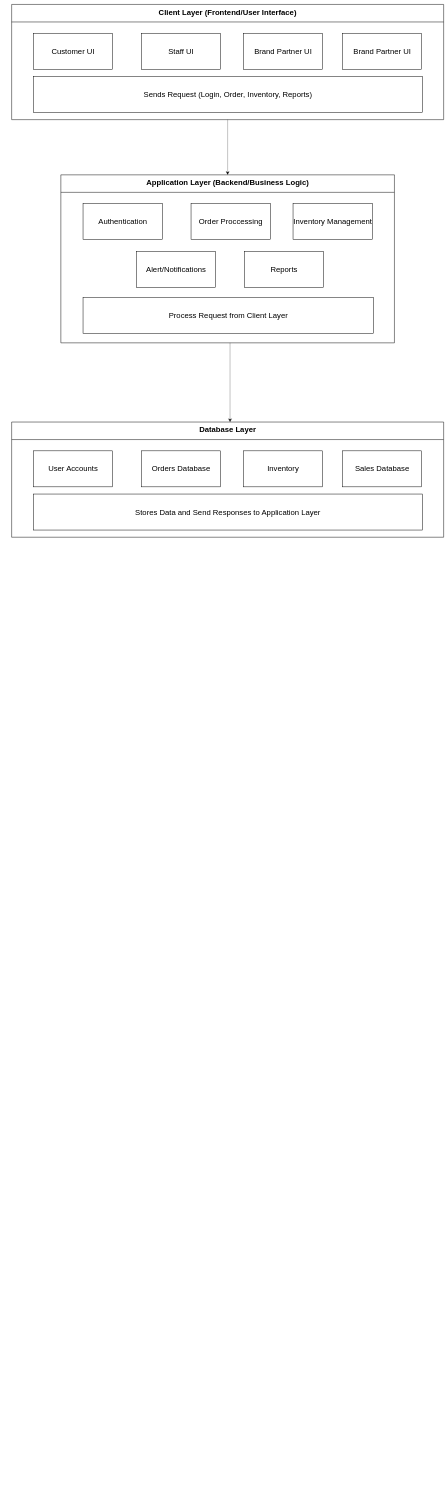
Before: DataModels/highleveldiagram.drawio in ArinGitPort/OnlineShopWebsite, a draw.io diagram. Source tidied: cells renumbered, new cells numbered last; positions are measured from the earlier drawing's top-left corner, leaving out a move shared by most shapes. Both pictures are drawn from the tidied source at 24%, with x=0, y=0 at pixel (12, 4).
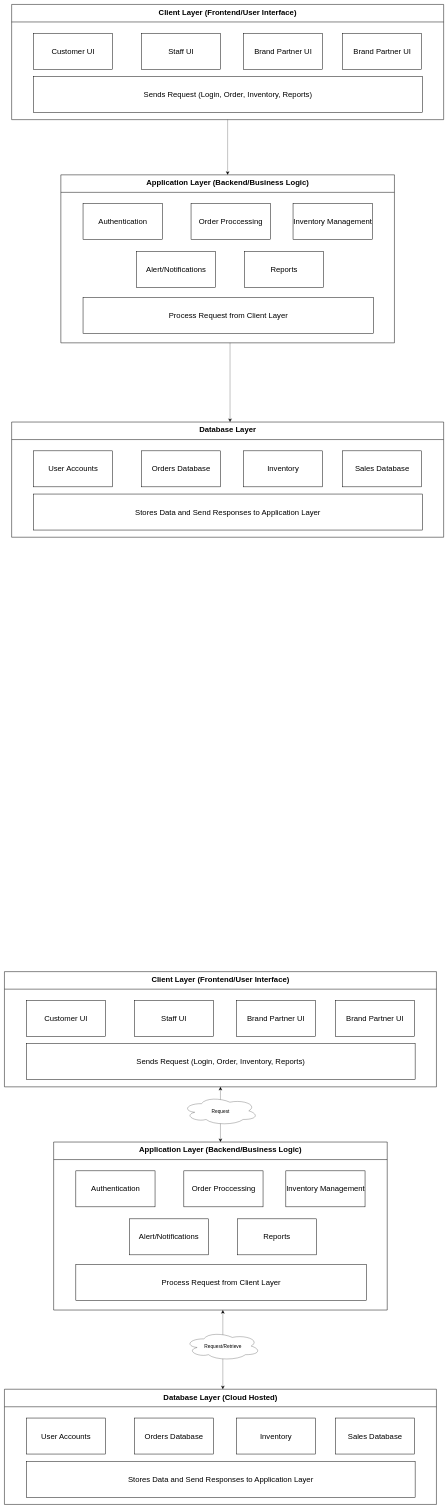
After the change.

Change to the diagram source:
```diff
@@
+    <mxCell id="23" value="&lt;p style=&quot;line-height: 130%;&quot;&gt;&lt;font style=&quot;font-size: 32px;&quot;&gt;Client Layer (Frontend/User Interface)&lt;/font&gt;&lt;/p&gt;" style="swimlane;whiteSpace=wrap;html=1;strokeWidth=2;glass=0;rounded=0;shadow=0;startSize=73;" parent="1" vertex="1">
+      <mxGeometry x="-30" y="4030" width="1800" height="480" as="geometry" />
+    </mxCell>
+    <mxCell id="24" value="Customer UI" style="rounded=0;whiteSpace=wrap;html=1;shadow=0;glass=0;sketch=0;strokeWidth=2;fontSize=32;startSize=73;" parent="23" vertex="1">
+      <mxGeometry x="91.2" y="120" width="330" height="150" as="geometry" />
+    </mxCell>
+    <mxCell id="25" value="Staff UI" style="rounded=0;whiteSpace=wrap;html=1;shadow=0;glass=0;sketch=0;strokeWidth=2;fontSize=32;startSize=73;" parent="23" vertex="1">
+      <mxGeometry x="541.2" y="120" width="330" height="150" as="geometry" />
+    </mxCell>
+    <mxCell id="26" value="Brand Partner UI" style="rounded=0;whiteSpace=wrap;html=1;shadow=0;glass=0;sketch=0;strokeWidth=2;fontSize=32;startSize=73;" parent="23" vertex="1">
+      <mxGeometry x="966.2" y="120" width="330" height="150" as="geometry" />
+    </mxCell>
+    <mxCell id="27" value="Brand Partner UI" style="rounded=0;whiteSpace=wrap;html=1;shadow=0;glass=0;sketch=0;strokeWidth=2;fontSize=32;startSize=73;" parent="23" vertex="1">
+      <mxGeometry x="1378.8" y="120" width="330" height="150" as="geometry" />
+    </mxCell>
+    <mxCell id="28" value="Sends Request (Login, Order, Inventory, Reports)" style="rounded=0;whiteSpace=wrap;html=1;shadow=0;glass=0;sketch=0;strokeWidth=2;fontSize=32;startSize=73;" parent="23" vertex="1">
+      <mxGeometry x="91.2" y="300" width="1620" height="150" as="geometry" />
+    </mxCell>
+    <mxCell id="29" value="&lt;p style=&quot;line-height: 130%;&quot;&gt;&lt;span style=&quot;font-size: 32px;&quot;&gt;Application Layer (Backend/Business Logic)&lt;/span&gt;&lt;/p&gt;" style="swimlane;whiteSpace=wrap;html=1;strokeWidth=2;glass=0;rounded=0;shadow=0;startSize=73;" parent="1" vertex="1">
+      <mxGeometry x="175" y="4740" width="1390" height="700" as="geometry" />
+    </mxCell>
+    <mxCell id="30" value="Authentication" style="rounded=0;whiteSpace=wrap;html=1;shadow=0;glass=0;sketch=0;strokeWidth=2;fontSize=32;startSize=73;" parent="29" vertex="1">
+      <mxGeometry x="92.5" y="120" width="330" height="150" as="geometry" />
+    </mxCell>
+    <mxCell id="31" value="Order Proccessing" style="rounded=0;whiteSpace=wrap;html=1;shadow=0;glass=0;sketch=0;strokeWidth=2;fontSize=32;startSize=73;" parent="29" vertex="1">
+      <mxGeometry x="542.5" y="120" width="330" height="150" as="geometry" />
+    </mxCell>
+    <mxCell id="32" value="Inventory Management" style="rounded=0;whiteSpace=wrap;html=1;shadow=0;glass=0;sketch=0;strokeWidth=2;fontSize=32;startSize=73;" parent="29" vertex="1">
+      <mxGeometry x="967.5" y="120" width="330" height="150" as="geometry" />
+    </mxCell>
+    <mxCell id="33" value="Reports" style="rounded=0;whiteSpace=wrap;html=1;shadow=0;glass=0;sketch=0;strokeWidth=2;fontSize=32;startSize=73;" parent="29" vertex="1">
+      <mxGeometry x="765" y="320" width="330" height="150" as="geometry" />
+    </mxCell>
+    <mxCell id="34" value="Alert/Notifications" style="rounded=0;whiteSpace=wrap;html=1;shadow=0;glass=0;sketch=0;strokeWidth=2;fontSize=32;startSize=73;" parent="29" vertex="1">
+      <mxGeometry x="315" y="320" width="330" height="150" as="geometry" />
+    </mxCell>
+    <mxCell id="35" value="Process Request from Client Layer" style="rounded=0;whiteSpace=wrap;html=1;shadow=0;glass=0;sketch=0;strokeWidth=2;fontSize=32;startSize=73;" parent="29" vertex="1">
+      <mxGeometry x="92.5" y="510" width="1210" height="150" as="geometry" />
+    </mxCell>
+    <mxCell id="36" style="endArrow=classic;html=1;fontSize=32;startSize=12;entryX=0.5;entryY=0;entryDx=0;entryDy=0;exitX=0.5;exitY=1;exitDx=0;exitDy=0;endSize=12;startArrow=classic;startFill=1;" parent="1" edge="1" source="23" target="29">
+      <mxGeometry relative="1" as="geometry" />
+    </mxCell>
+    <mxCell id="37" value="&lt;p style=&quot;line-height: 130%;&quot;&gt;&lt;font style=&quot;font-size: 32px;&quot;&gt;Database Layer (Cloud Hosted)&lt;/font&gt;&lt;/p&gt;" style="swimlane;whiteSpace=wrap;html=1;strokeWidth=2;glass=0;rounded=0;shadow=0;startSize=73;" parent="1" vertex="1">
+      <mxGeometry x="-30" y="5770" width="1800" height="480" as="geometry" />
+    </mxCell>
+    <mxCell id="38" value="User Accounts" style="rounded=0;whiteSpace=wrap;html=1;shadow=0;glass=0;sketch=0;strokeWidth=2;fontSize=32;startSize=73;" parent="37" vertex="1">
+      <mxGeometry x="91.2" y="120" width="330" height="150" as="geometry" />
+    </mxCell>
+    <mxCell id="39" value="Orders Database" style="rounded=0;whiteSpace=wrap;html=1;shadow=0;glass=0;sketch=0;strokeWidth=2;fontSize=32;startSize=73;" parent="37" vertex="1">
+      <mxGeometry x="541.2" y="120" width="330" height="150" as="geometry" />
+    </mxCell>
+    <mxCell id="40" value="Inventory" style="rounded=0;whiteSpace=wrap;html=1;shadow=0;glass=0;sketch=0;strokeWidth=2;fontSize=32;startSize=73;" parent="37" vertex="1">
+      <mxGeometry x="966.2" y="120" width="330" height="150" as="geometry" />
+    </mxCell>
+    <mxCell id="41" value="Sales Database" style="rounded=0;whiteSpace=wrap;html=1;shadow=0;glass=0;sketch=0;strokeWidth=2;fontSize=32;startSize=73;" parent="37" vertex="1">
+      <mxGeometry x="1378.8" y="120" width="330" height="150" as="geometry" />
+    </mxCell>
+    <mxCell id="42" value="Stores Data and Send Responses to Application Layer" style="rounded=0;whiteSpace=wrap;html=1;shadow=0;glass=0;sketch=0;strokeWidth=2;fontSize=32;startSize=73;" parent="37" vertex="1">
+      <mxGeometry x="91.2" y="300" width="1620" height="150" as="geometry" />
+    </mxCell>
+    <mxCell id="43" style="endArrow=classic;html=1;fontSize=32;startSize=12;entryX=0.5;entryY=0;entryDx=0;entryDy=0;endSize=12;startArrow=classic;startFill=1;" parent="1" edge="1">
+      <mxGeometry relative="1" as="geometry">
+        <mxPoint x="880" y="5440" as="sourcePoint" />
+        <mxPoint x="880" y="5770" as="targetPoint" />
+      </mxGeometry>
+    </mxCell>
+    <mxCell id="44" value="&lt;font style=&quot;font-size: 20px;&quot;&gt;Request&lt;/font&gt;" style="ellipse;shape=cloud;whiteSpace=wrap;html=1;" parent="1" vertex="1">
+      <mxGeometry x="712.5" y="4550" width="315" height="120" as="geometry" />
+    </mxCell>
+    <mxCell id="45" value="&lt;font style=&quot;font-size: 20px;&quot;&gt;Request/Retrieve&lt;/font&gt;" style="ellipse;shape=cloud;whiteSpace=wrap;html=1;" parent="1" vertex="1">
+      <mxGeometry x="722.5" y="5530" width="315" height="120" as="geometry" />
+    </mxCell>
```
